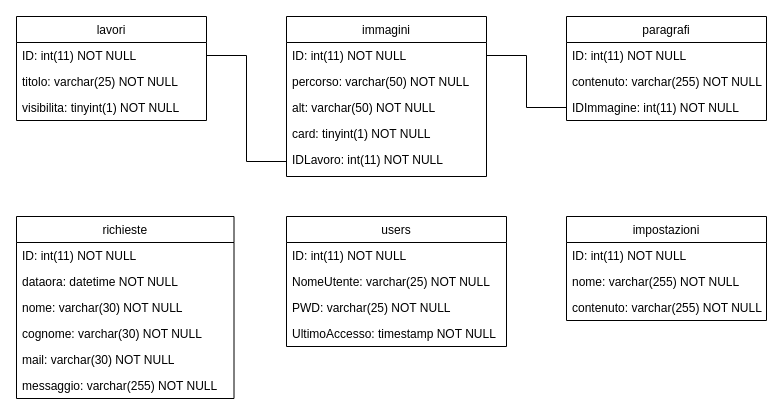
This is Set-up/dbtecweb.drawio from httpedo13/progettotecweb, a draw.io file, before an edit. Source tidied: cells renumbered, new cells numbered last; positions are measured from the earlier drawing's top-left corner, leaving out a move shared by most shapes. Both pictures are drawn from the tidied source at 100%, with x=0, y=0 at pixel (16, 16).
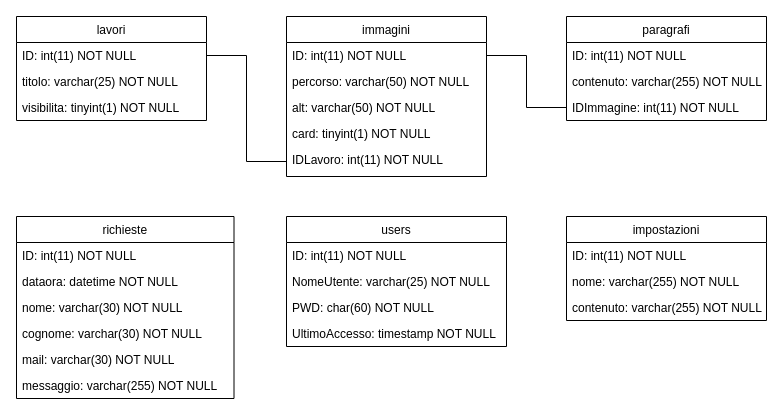
Above is the later version.

Unchanged cells that the change refers to:
```xml
<mxCell id="24" value="users" style="swimlane;fontStyle=0;horizontal=1;startSize=26;fillColor=none;" parent="1" vertex="1">
  <mxGeometry x="270" y="200" width="220" height="130" as="geometry" />
</mxCell>
```

What changed in the source:
```diff
@@
-    <mxCell id="27" value="PWD: varchar(25) NOT NULL" style="text;strokeColor=none;fillColor=none;align=left;verticalAlign=top;spacingLeft=4;spacingRight=4;overflow=hidden;" parent="24" vertex="1">
+    <mxCell id="27" value="PWD: char(60) NOT NULL" style="text;strokeColor=none;fillColor=none;align=left;verticalAlign=top;spacingLeft=4;spacingRight=4;overflow=hidden;" parent="24" vertex="1">
       <mxGeometry y="78" width="220" height="26" as="geometry" />
     </mxCell>
```
